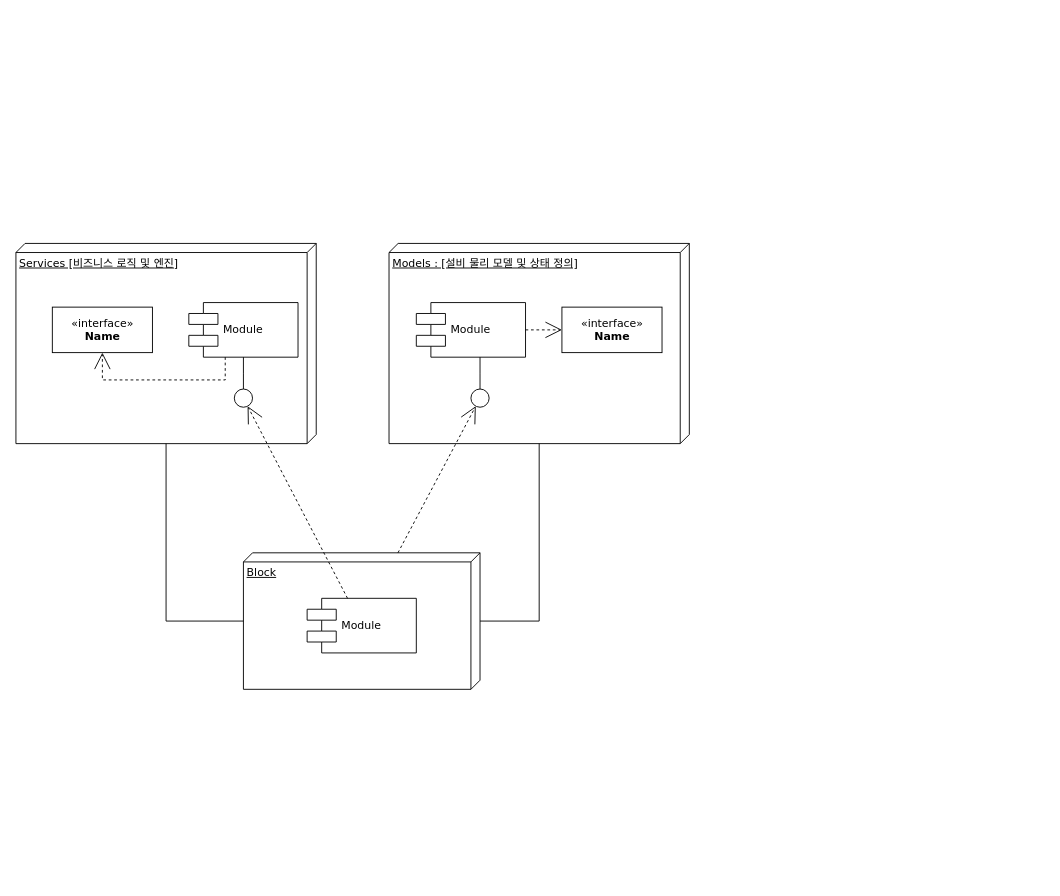
The draw.io diagram EmulatorSample.drawio in hjee02018/UML, before the edit. Source tidied: cells renumbered, new cells numbered last; positions are measured from the earlier drawing's top-left corner, leaving out a move shared by most shapes. Both pictures are drawn from the tidied source at 91%, with x=0, y=0 at pixel (15, 243).
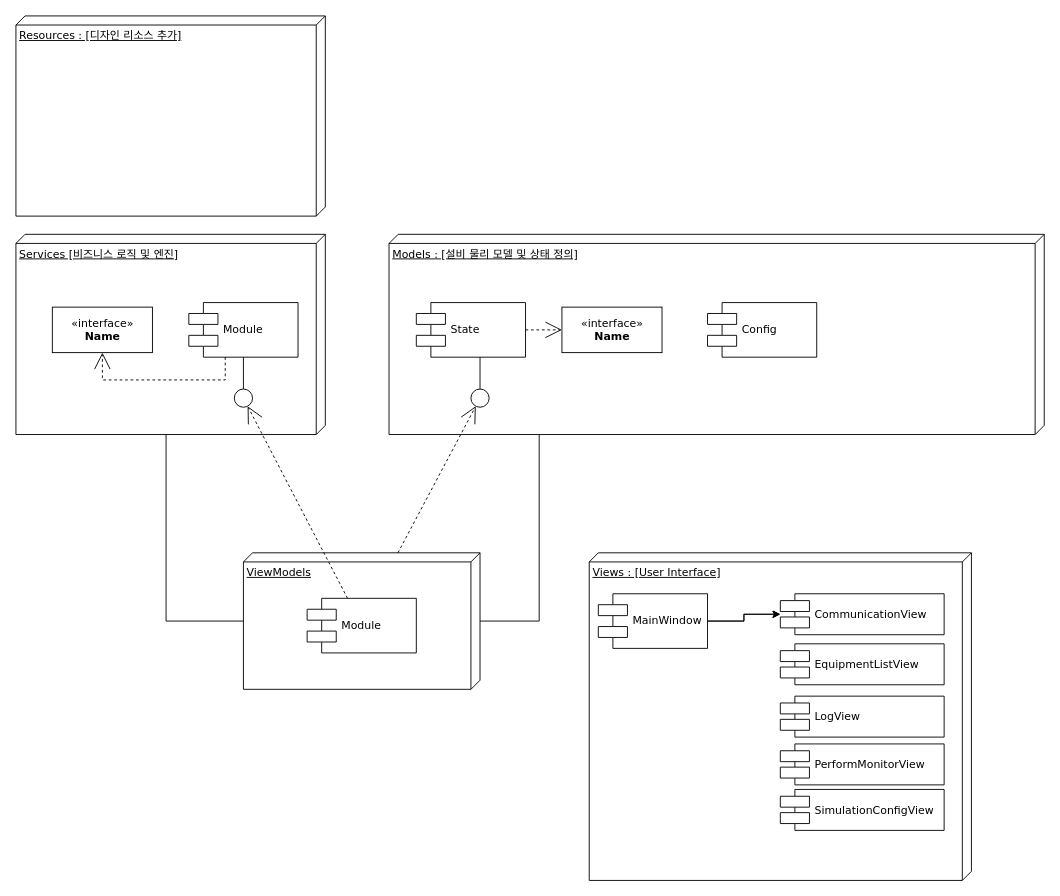
After the change.

Change to the diagram source:
```diff
@@
     <mxCell id="2" value="Services [비즈니스 로직 및 엔진]" style="verticalAlign=top;align=left;spacingTop=8;spacingLeft=2;spacingRight=12;shape=cube;size=10;direction=south;fontStyle=4;html=1;rounded=0;shadow=0;comic=0;labelBackgroundColor=none;strokeWidth=1;fontFamily=Verdana;fontSize=12;" parent="1" vertex="1">
-      <mxGeometry width="330" height="220" as="geometry" />
+      <mxGeometry y="-10" width="340" height="220" as="geometry" />
     </mxCell>
     <mxCell id="3" value="Models : [설비 물리 모델 및 상태 정의]" style="verticalAlign=top;align=left;spacingTop=8;spacingLeft=2;spacingRight=12;shape=cube;size=10;direction=south;fontStyle=4;html=1;rounded=0;shadow=0;comic=0;labelBackgroundColor=none;strokeWidth=1;fontFamily=Verdana;fontSize=12;" parent="1" vertex="1">
-      <mxGeometry x="410" width="330" height="220" as="geometry" />
+      <mxGeometry x="410" y="-10" width="720" height="220" as="geometry" />
     </mxCell>
-    <mxCell id="4" value="Block" style="verticalAlign=top;align=left;spacingTop=8;spacingLeft=2;spacingRight=12;shape=cube;size=10;direction=south;fontStyle=4;html=1;rounded=0;shadow=0;comic=0;labelBackgroundColor=none;strokeWidth=1;fontFamily=Verdana;fontSize=12;" parent="1" vertex="1">
+    <mxCell id="4" value="ViewModels" style="verticalAlign=top;align=left;spacingTop=8;spacingLeft=2;spacingRight=12;shape=cube;size=10;direction=south;fontStyle=4;html=1;rounded=0;shadow=0;comic=0;labelBackgroundColor=none;strokeWidth=1;fontFamily=Verdana;fontSize=12;" parent="1" vertex="1">
       <mxGeometry x="250" y="340" width="260" height="150" as="geometry" />
     </mxCell>
@@
-    <mxCell id="8" value="Module" style="shape=component;align=left;spacingLeft=36;rounded=0;shadow=0;comic=0;labelBackgroundColor=none;strokeWidth=1;fontFamily=Verdana;fontSize=12;html=1;" parent="1" vertex="1">
+    <mxCell id="8" value="State" style="shape=component;align=left;spacingLeft=36;rounded=0;shadow=0;comic=0;labelBackgroundColor=none;strokeWidth=1;fontFamily=Verdana;fontSize=12;html=1;" parent="1" vertex="1">
       <mxGeometry x="440" y="65" width="120" height="60" as="geometry" />
     </mxCell>
@@
+    <mxCell id="20" value="Config" style="shape=component;align=left;spacingLeft=36;rounded=0;shadow=0;comic=0;labelBackgroundColor=none;strokeWidth=1;fontFamily=Verdana;fontSize=12;html=1;" parent="1" vertex="1">
+      <mxGeometry x="760" y="65" width="120" height="60" as="geometry" />
+    </mxCell>
+    <mxCell id="21" value="Views : [User Interface]" style="verticalAlign=top;align=left;spacingTop=8;spacingLeft=2;spacingRight=12;shape=cube;size=10;direction=south;fontStyle=4;html=1;rounded=0;shadow=0;comic=0;labelBackgroundColor=none;strokeWidth=1;fontFamily=Verdana;fontSize=12;" parent="1" vertex="1">
+      <mxGeometry x="630" y="340" width="420" height="360" as="geometry" />
+    </mxCell>
+    <mxCell id="22" style="edgeStyle=orthogonalEdgeStyle;rounded=0;jettySize=auto;html=1;" parent="1" edge="1" source="24" target="25">
+      <mxGeometry relative="1" as="geometry" />
+    </mxCell>
+    <mxCell id="23" style="edgeStyle=orthogonalEdgeStyle;rounded=0;jettySize=auto;html=1;" parent="1" edge="1" source="24" target="25">
+      <mxGeometry relative="1" as="geometry" />
+    </mxCell>
+    <mxCell id="24" value="MainWindow" style="shape=component;align=left;spacingLeft=36;rounded=0;shadow=0;comic=0;labelBackgroundColor=none;strokeWidth=1;fontFamily=Verdana;fontSize=12;html=1;" parent="1" vertex="1">
+      <mxGeometry x="640" y="385" width="120" height="60" as="geometry" />
+    </mxCell>
+    <mxCell id="25" value="CommunicationView" style="shape=component;align=left;spacingLeft=36;rounded=0;shadow=0;comic=0;labelBackgroundColor=none;strokeWidth=1;fontFamily=Verdana;fontSize=12;html=1;" parent="1" vertex="1">
+      <mxGeometry x="840" y="385" width="180" height="45" as="geometry" />
+    </mxCell>
+    <mxCell id="26" value="EquipmentListView" style="shape=component;align=left;spacingLeft=36;rounded=0;shadow=0;comic=0;labelBackgroundColor=none;strokeWidth=1;fontFamily=Verdana;fontSize=12;html=1;" parent="1" vertex="1">
+      <mxGeometry x="840" y="440" width="180" height="45" as="geometry" />
+    </mxCell>
+    <mxCell id="27" value="LogView" style="shape=component;align=left;spacingLeft=36;rounded=0;shadow=0;comic=0;labelBackgroundColor=none;strokeWidth=1;fontFamily=Verdana;fontSize=12;html=1;" parent="1" vertex="1">
+      <mxGeometry x="840" y="497.5" width="180" height="45" as="geometry" />
+    </mxCell>
+    <mxCell id="28" value="PerformMonitorView" style="shape=component;align=left;spacingLeft=36;rounded=0;shadow=0;comic=0;labelBackgroundColor=none;strokeWidth=1;fontFamily=Verdana;fontSize=12;html=1;" parent="1" vertex="1">
+      <mxGeometry x="840" y="550" width="180" height="45" as="geometry" />
+    </mxCell>
+    <mxCell id="29" value="SimulationConfigView" style="shape=component;align=left;spacingLeft=36;rounded=0;shadow=0;comic=0;labelBackgroundColor=none;strokeWidth=1;fontFamily=Verdana;fontSize=12;html=1;" parent="1" vertex="1">
+      <mxGeometry x="840" y="600" width="180" height="45" as="geometry" />
+    </mxCell>
+    <mxCell id="30" value="Resources : [디자인 리소스 추가]" style="verticalAlign=top;align=left;spacingTop=8;spacingLeft=2;spacingRight=12;shape=cube;size=10;direction=south;fontStyle=4;html=1;rounded=0;shadow=0;comic=0;labelBackgroundColor=none;strokeWidth=1;fontFamily=Verdana;fontSize=12;" parent="1" vertex="1">
+      <mxGeometry y="-250" width="340" height="220" as="geometry" />
+    </mxCell>
```
